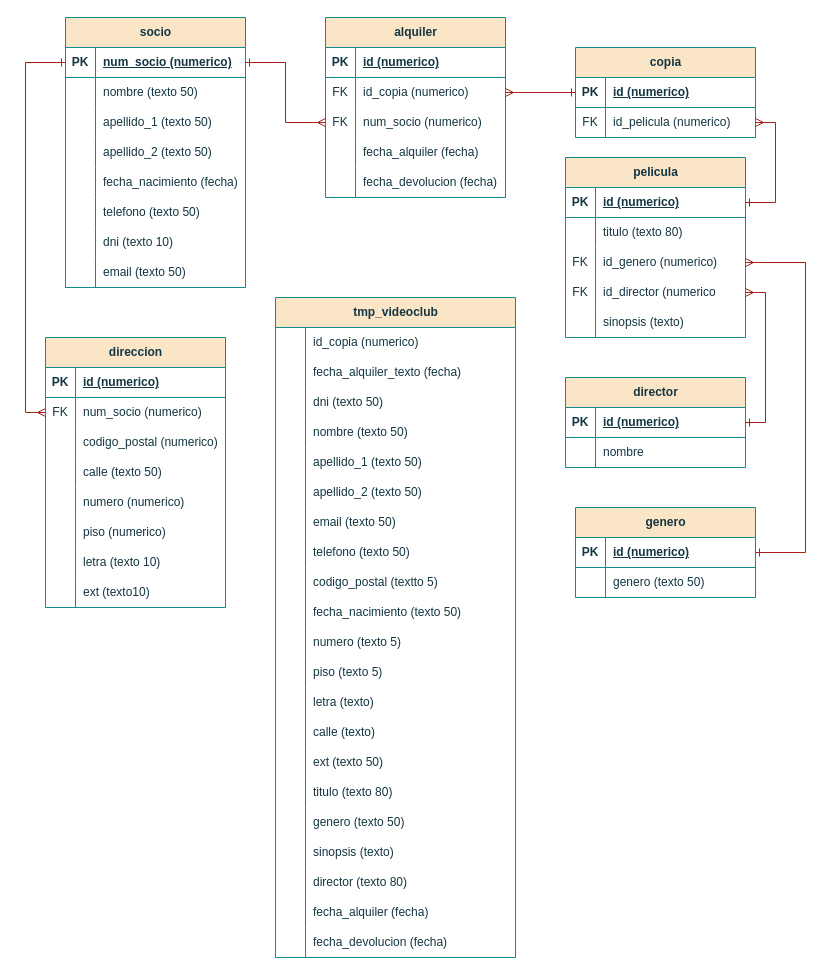
Before: videoclub_diagram.drawio in InMentals/Exercise_Modelado_de_datos_SQL, a draw.io diagram. Source tidied: cells renumbered, new cells numbered last; positions are measured from the earlier drawing's top-left corner, leaving out a move shared by most shapes. Both pictures are drawn from the tidied source at 100%, with x=0, y=0 at pixel (45, 17).
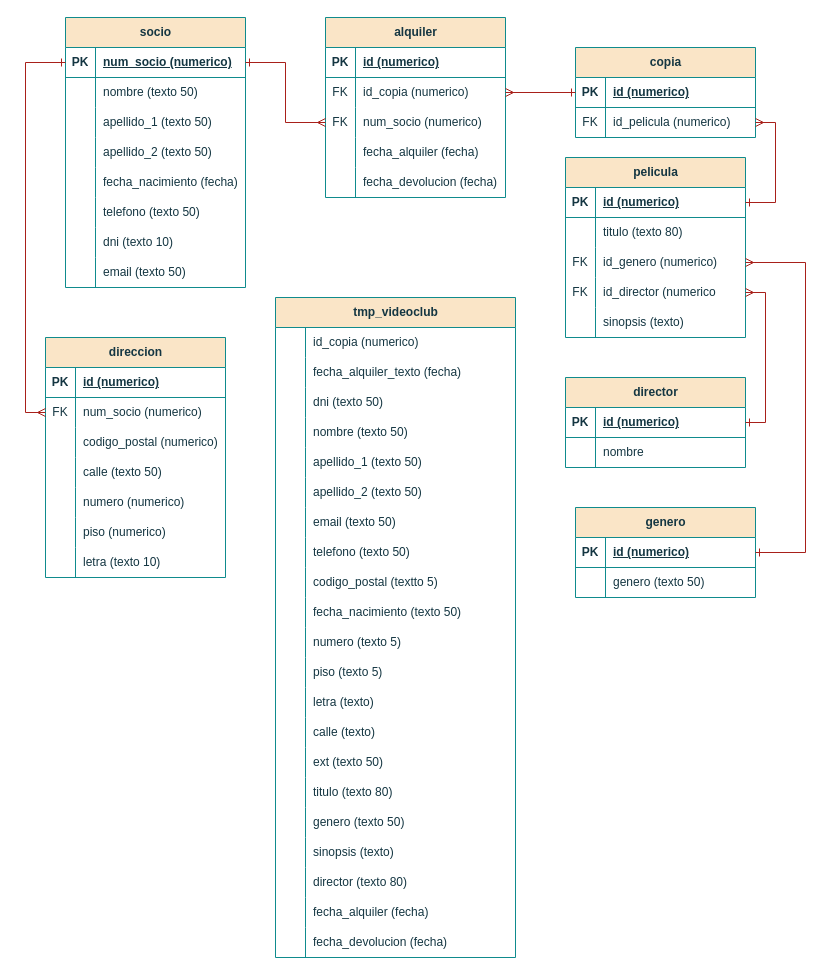
After the change.

Commit message (it also covers changes not shown here):
ext normalized

Change to the diagram source:
```diff
@@
     <mxCell id="27" value="direccion" style="shape=table;startSize=30;childLayout=tableLayout;rowLines=0;fontStyle=1;align=center;html=1;labelBackgroundColor=none;fillColor=#FAE5C7;strokeColor=#0F8B8D;fontColor=#143642;" parent="1" vertex="1">
-      <mxGeometry y="320" width="180" height="270" as="geometry" />
+      <mxGeometry y="320" width="180" height="240" as="geometry" />
     </mxCell>
@@
-    <mxCell id="49" style="shape=tableRow;horizontal=0;startSize=0;swimlaneHead=0;swimlaneBody=0;fillColor=none;top=0;left=0;right=0;bottom=0;labelBackgroundColor=none;strokeColor=#0F8B8D;fontColor=#143642;" parent="27" vertex="1">
-      <mxGeometry y="240" width="180" height="30" as="geometry" />
-    </mxCell>
-    <mxCell id="50" style="shape=partialRectangle;fillColor=none;top=0;left=0;bottom=0;right=0;overflow=hidden;whiteSpace=wrap;html=1;labelBackgroundColor=none;strokeColor=#0F8B8D;fontColor=#143642;" parent="49" vertex="1">
-      <mxGeometry width="30" height="30" as="geometry" />
-    </mxCell>
-    <mxCell id="51" value="ext (texto10)" style="shape=partialRectangle;fillColor=none;top=0;left=0;bottom=0;right=0;align=left;spacingLeft=6;overflow=hidden;whiteSpace=wrap;html=1;labelBackgroundColor=none;strokeColor=#0F8B8D;fontColor=#143642;" parent="49" vertex="1">
-      <mxGeometry x="30" width="150" height="30" as="geometry" />
-    </mxCell>
```
